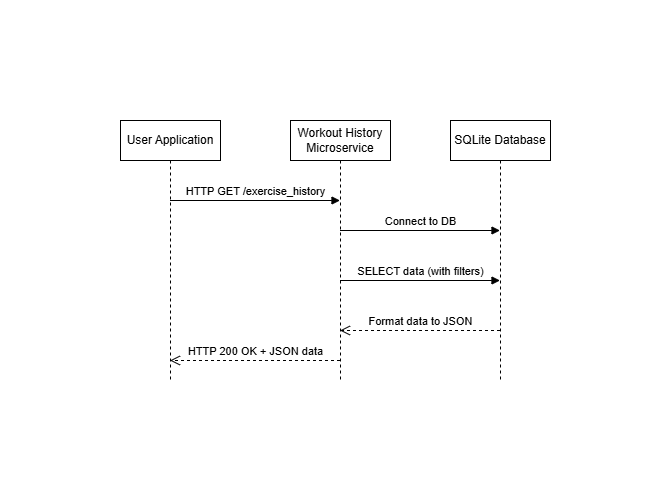
This is sequence_diagram.png from rogue780/workout_history_microservice, a draw.io export, as it was before one commit. Source tidied: cells renumbered, new cells last; positions are measured from the earlier drawing's top-left corner, leaving out a move shared by most shapes. The source it was exported from:
```xml
<mxGraphModel>
  <root>
    <mxCell id="0" />
    <mxCell id="1" parent="0" />
    <mxCell id="2" value="User Application" style="shape=umlLifeline;perimeter=lifelinePerimeter;whiteSpace=wrap;html=1;outlineConnect=0;portConstraint=eastwest;newEdgeStyle={&quot;curved&quot;:0,&quot;rounded&quot;:0};" parent="1" vertex="1">
      <mxGeometry width="100" height="260" as="geometry" />
    </mxCell>
    <mxCell id="3" value="Workout History Microservice" style="shape=umlLifeline;perimeter=lifelinePerimeter;whiteSpace=wrap;html=1;newEdgeStyle={&quot;curved&quot;:0,&quot;rounded&quot;:0};" parent="1" vertex="1">
      <mxGeometry x="170" width="100" height="260" as="geometry" />
    </mxCell>
    <mxCell id="4" value="SQLite Database" style="shape=umlLifeline;perimeter=lifelinePerimeter;whiteSpace=wrap;html=1;outlineConnect=0;portConstraint=eastwest;newEdgeStyle={&quot;curved&quot;:0,&quot;rounded&quot;:0};" parent="1" vertex="1">
      <mxGeometry x="330" width="100" height="260" as="geometry" />
    </mxCell>
    <mxCell id="5" value="HTTP 200 OK + JSON data" style="html=1;verticalAlign=bottom;endArrow=open;dashed=1;endSize=8;curved=0;rounded=0;" parent="1" edge="1">
      <mxGeometry relative="1" as="geometry">
        <mxPoint x="219.5" y="240" as="sourcePoint" />
        <mxPoint x="49.5" y="240" as="targetPoint" />
      </mxGeometry>
    </mxCell>
    <mxCell id="6" value="Connect to DB" style="html=1;verticalAlign=bottom;endArrow=block;curved=0;rounded=0;" parent="1" edge="1">
      <mxGeometry relative="1" as="geometry">
        <mxPoint x="219.5" y="110" as="sourcePoint" />
        <mxPoint x="379.5" y="110" as="targetPoint" />
      </mxGeometry>
    </mxCell>
    <mxCell id="7" value="SELECT data (with filters)" style="html=1;verticalAlign=bottom;endArrow=block;curved=0;rounded=0;" parent="1" edge="1">
      <mxGeometry relative="1" as="geometry">
        <mxPoint x="219.5" y="160" as="sourcePoint" />
        <mxPoint x="379.5" y="160" as="targetPoint" />
      </mxGeometry>
    </mxCell>
    <mxCell id="8" value="HTTP GET /exercise_history" style="html=1;verticalAlign=bottom;endArrow=block;curved=0;rounded=0;" parent="1" edge="1">
      <mxGeometry relative="1" as="geometry">
        <mxPoint x="49.5" y="80" as="sourcePoint" />
        <mxPoint x="219.5" y="80" as="targetPoint" />
      </mxGeometry>
    </mxCell>
    <mxCell id="9" value="Format data to JSON" style="html=1;verticalAlign=bottom;endArrow=open;dashed=1;endSize=8;curved=0;rounded=0;" parent="1" edge="1">
      <mxGeometry relative="1" as="geometry">
        <mxPoint x="379.5" y="210" as="sourcePoint" />
        <mxPoint x="219.5" y="210" as="targetPoint" />
      </mxGeometry>
    </mxCell>
  </root>
</mxGraphModel>
```
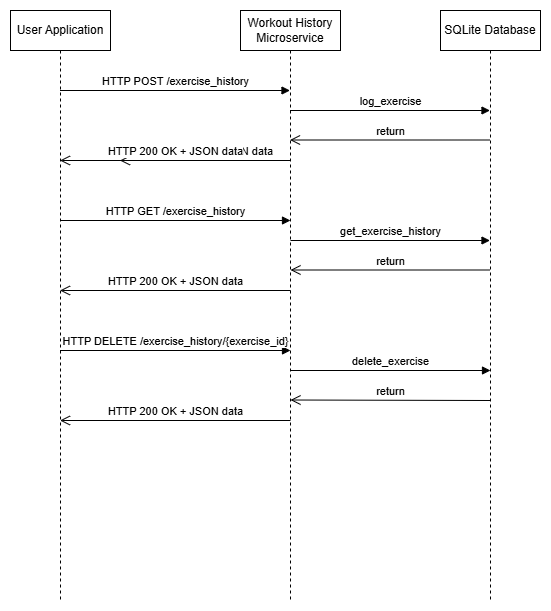
After the change.

Commit message:
updated sequence diagram

What changed in the source:
```diff
@@ -3,43 +3,81 @@
     <mxCell id="0" />
     <mxCell id="1" parent="0" />
     <mxCell id="2" value="User Application" style="shape=umlLifeline;perimeter=lifelinePerimeter;whiteSpace=wrap;html=1;outlineConnect=0;portConstraint=eastwest;newEdgeStyle={&quot;curved&quot;:0,&quot;rounded&quot;:0};" parent="1" vertex="1">
-      <mxGeometry width="100" height="260" as="geometry" />
+      <mxGeometry x="-60" width="100" height="590" as="geometry" />
     </mxCell>
     <mxCell id="3" value="Workout History Microservice" style="shape=umlLifeline;perimeter=lifelinePerimeter;whiteSpace=wrap;html=1;newEdgeStyle={&quot;curved&quot;:0,&quot;rounded&quot;:0};" parent="1" vertex="1">
-      <mxGeometry x="170" width="100" height="260" as="geometry" />
+      <mxGeometry x="170" width="100" height="590" as="geometry" />
     </mxCell>
     <mxCell id="4" value="SQLite Database" style="shape=umlLifeline;perimeter=lifelinePerimeter;whiteSpace=wrap;html=1;outlineConnect=0;portConstraint=eastwest;newEdgeStyle={&quot;curved&quot;:0,&quot;rounded&quot;:0};" parent="1" vertex="1">
-      <mxGeometry x="330" width="100" height="260" as="geometry" />
+      <mxGeometry x="370" width="100" height="590" as="geometry" />
     </mxCell>
-    <mxCell id="5" value="HTTP 200 OK + JSON data" style="html=1;verticalAlign=bottom;endArrow=open;dashed=1;endSize=8;curved=0;rounded=0;" parent="1" edge="1">
+    <mxCell id="5" value="HTTP 200 OK + JSON data" style="html=1;verticalAlign=bottom;endArrow=open;endSize=8;curved=0;rounded=0;" parent="1" edge="1">
       <mxGeometry relative="1" as="geometry">
-        <mxPoint x="219.5" y="240" as="sourcePoint" />
-        <mxPoint x="49.5" y="240" as="targetPoint" />
+        <mxPoint x="219.5" y="150" as="sourcePoint" />
+        <mxPoint x="49.5" y="150" as="targetPoint" />
       </mxGeometry>
     </mxCell>
-    <mxCell id="6" value="Connect to DB" style="html=1;verticalAlign=bottom;endArrow=block;curved=0;rounded=0;" parent="1" edge="1">
-      <mxGeometry relative="1" as="geometry">
-        <mxPoint x="219.5" y="110" as="sourcePoint" />
-        <mxPoint x="379.5" y="110" as="targetPoint" />
-      </mxGeometry>
-    </mxCell>
-    <mxCell id="7" value="SELECT data (with filters)" style="html=1;verticalAlign=bottom;endArrow=block;curved=0;rounded=0;" parent="1" edge="1">
+    <mxCell id="7" value="log_exercise" style="html=1;verticalAlign=bottom;endArrow=block;curved=0;rounded=0;" parent="1" edge="1" target="4">
       <mxGeometry relative="1" as="geometry">
-        <mxPoint x="219.5" y="160" as="sourcePoint" />
-        <mxPoint x="379.5" y="160" as="targetPoint" />
+        <mxPoint x="219.5" y="100" as="sourcePoint" />
       </mxGeometry>
     </mxCell>
-    <mxCell id="8" value="HTTP GET /exercise_history" style="html=1;verticalAlign=bottom;endArrow=block;curved=0;rounded=0;" parent="1" edge="1">
+    <mxCell id="8" value="HTTP POST /exercise_history" style="html=1;verticalAlign=bottom;endArrow=block;curved=0;rounded=0;" parent="1" edge="1" source="2">
       <mxGeometry relative="1" as="geometry">
-        <mxPoint x="49.5" y="80" as="sourcePoint" />
         <mxPoint x="219.5" y="80" as="targetPoint" />
       </mxGeometry>
     </mxCell>
-    <mxCell id="9" value="Format data to JSON" style="html=1;verticalAlign=bottom;endArrow=open;dashed=1;endSize=8;curved=0;rounded=0;" parent="1" edge="1">
+    <mxCell id="9" value="return" style="html=1;verticalAlign=bottom;endArrow=open;endSize=8;curved=0;rounded=0;" parent="1" edge="1" source="4">
       <mxGeometry relative="1" as="geometry">
-        <mxPoint x="379.5" y="210" as="sourcePoint" />
-        <mxPoint x="219.5" y="210" as="targetPoint" />
+        <mxPoint x="219.5" y="129.5" as="targetPoint" />
       </mxGeometry>
     </mxCell>
+    <mxCell id="10" value="HTTP 200 OK + JSON data" style="html=1;verticalAlign=bottom;endArrow=open;endSize=8;curved=0;rounded=0;" parent="1" edge="1" target="2">
+      <mxGeometry relative="1" as="geometry">
+        <mxPoint x="220" y="280" as="sourcePoint" />
+      </mxGeometry>
+    </mxCell>
+    <mxCell id="11" value="get_exercise_history" style="html=1;verticalAlign=bottom;endArrow=block;curved=0;rounded=0;" parent="1" edge="1" target="4">
+      <mxGeometry relative="1" as="geometry">
+        <mxPoint x="220" y="230" as="sourcePoint" />
+      </mxGeometry>
+    </mxCell>
+    <mxCell id="12" value="HTTP GET /exercise_history" style="html=1;verticalAlign=bottom;endArrow=block;curved=0;rounded=0;" parent="1" edge="1" source="2">
+      <mxGeometry relative="1" as="geometry">
+        <mxPoint x="220" y="210" as="targetPoint" />
+      </mxGeometry>
+    </mxCell>
+    <mxCell id="13" value="return" style="html=1;verticalAlign=bottom;endArrow=open;endSize=8;curved=0;rounded=0;" parent="1" edge="1" source="4">
+      <mxGeometry relative="1" as="geometry">
+        <mxPoint x="220" y="259.5" as="targetPoint" />
+      </mxGeometry>
+    </mxCell>
+    <mxCell id="14" value="HTTP 200 OK + JSON data" style="html=1;verticalAlign=bottom;endArrow=open;endSize=8;curved=0;rounded=0;" parent="1" edge="1" target="2">
+      <mxGeometry relative="1" as="geometry">
+        <mxPoint x="220" y="410" as="sourcePoint" />
+      </mxGeometry>
+    </mxCell>
+    <mxCell id="15" value="delete_exercise" style="html=1;verticalAlign=bottom;endArrow=block;curved=0;rounded=0;" parent="1" edge="1">
+      <mxGeometry relative="1" as="geometry">
+        <mxPoint x="220" y="360" as="sourcePoint" />
+        <mxPoint x="420" y="360" as="targetPoint" />
+      </mxGeometry>
+    </mxCell>
+    <mxCell id="16" value="HTTP DELETE /exercise_history/{exercise_id}" style="html=1;verticalAlign=bottom;endArrow=block;curved=0;rounded=0;" parent="1" edge="1" source="2">
+      <mxGeometry relative="1" as="geometry">
+        <mxPoint x="220" y="340" as="targetPoint" />
+      </mxGeometry>
+    </mxCell>
+    <mxCell id="17" value="return" style="html=1;verticalAlign=bottom;endArrow=open;endSize=8;curved=0;rounded=0;" parent="1" edge="1">
+      <mxGeometry relative="1" as="geometry">
+        <mxPoint x="420" y="390" as="sourcePoint" />
+        <mxPoint x="220" y="389.5" as="targetPoint" />
+      </mxGeometry>
+    </mxCell>
+    <mxCell id="18" value="HTTP 200 OK + JSON data" style="html=1;verticalAlign=bottom;endArrow=open;endSize=8;curved=0;rounded=0;" parent="1" edge="1" target="2">
+      <mxGeometry relative="1" as="geometry">
+        <mxPoint x="219.5" y="150" as="sourcePoint" />
+      </mxGeometry>
+    </mxCell>
   </root>
 </mxGraphModel>
```
